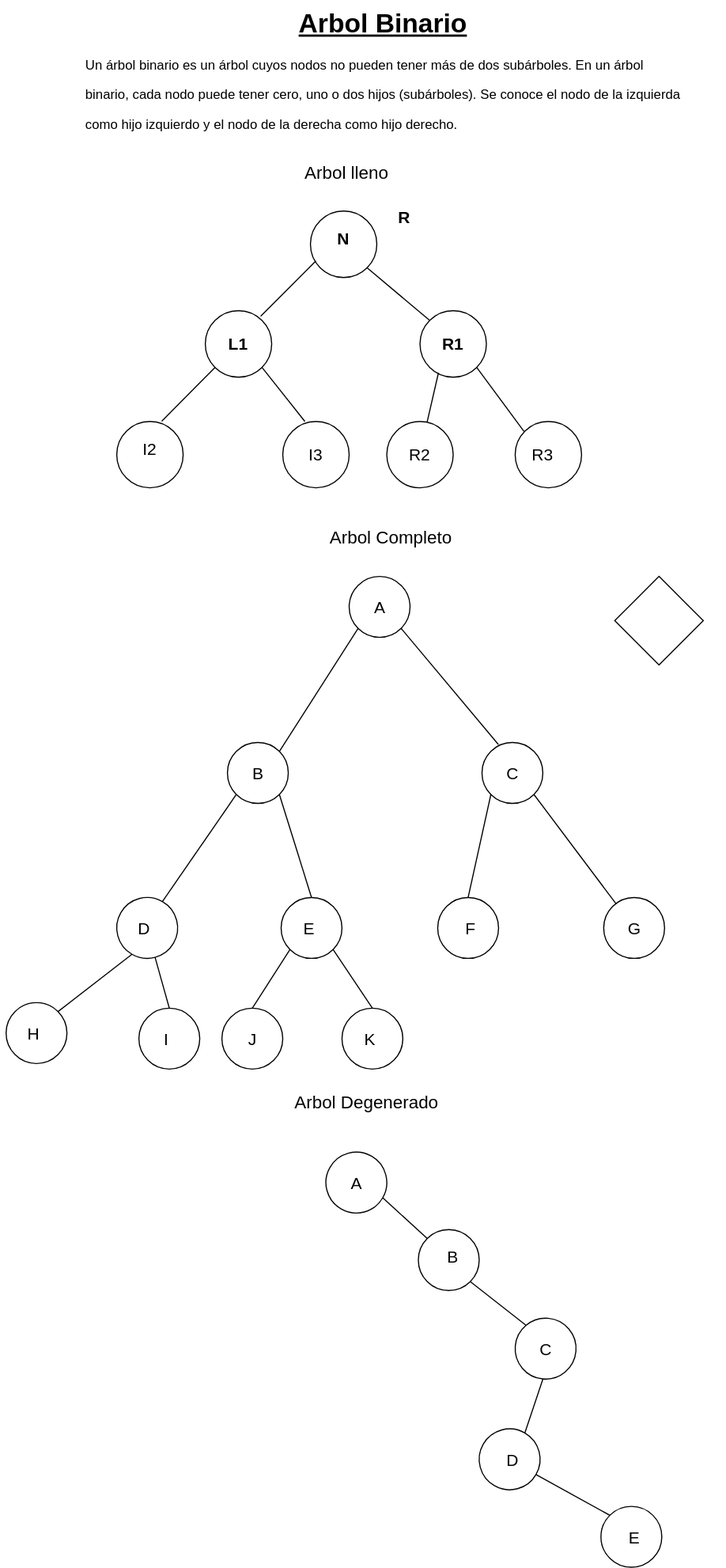
Nordcode-cyber/Algoritmos-Estructdatos keeps this draw.io diagram as Estructura-de-datos/Arboles/Arbol-binario.drawio.svg. Above is the earlier version. Source tidied: cells renumbered, new cells last; positions are measured from the earlier drawing's top-left corner, leaving out a move shared by most shapes.
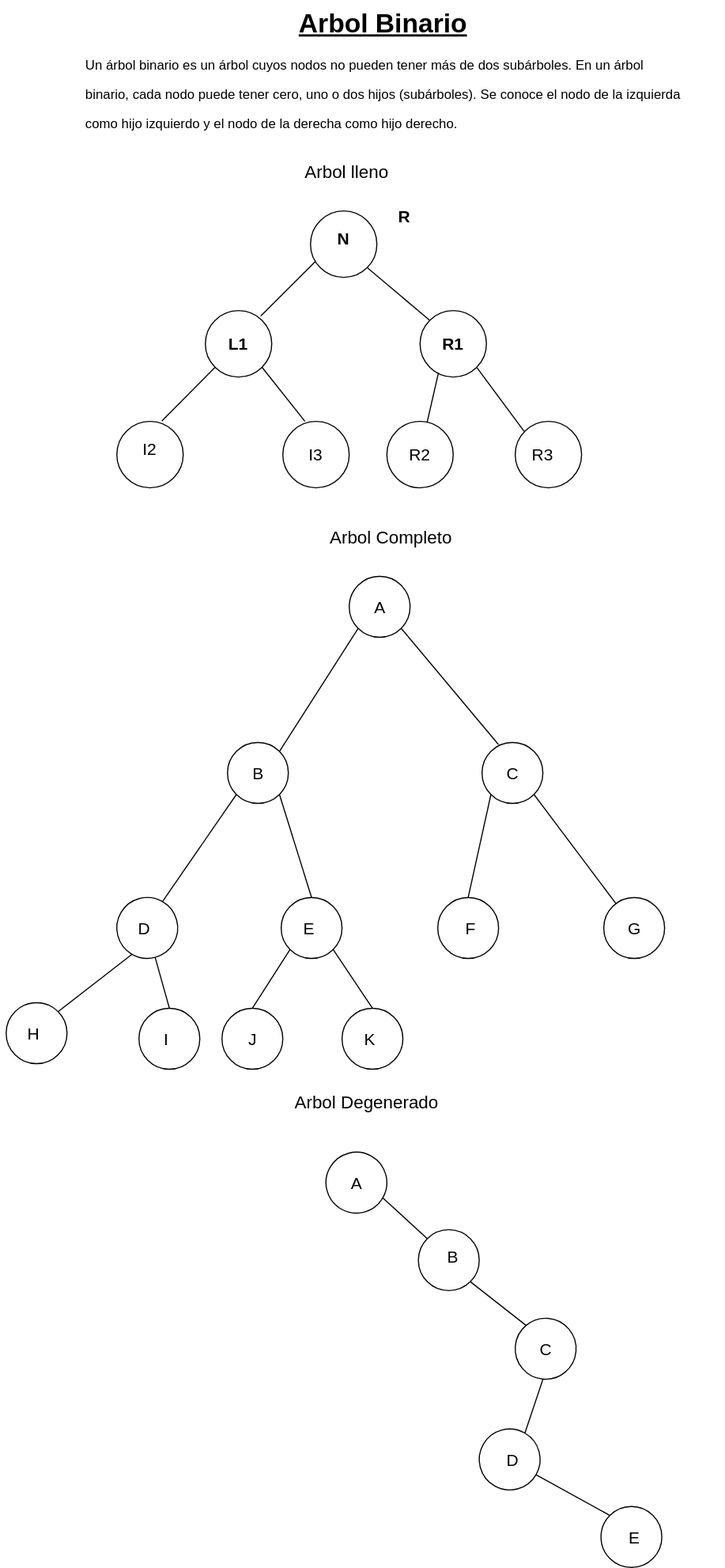
After the change.

The edit, as a diff of the source:
```diff
@@ -1,4 +1,4 @@
-<mxGraphModel>
+<mxGraphModel background="light-dark(#FFFFFF,#121212)">
   <root>
     <mxCell id="0" />
     <mxCell id="1" parent="0" />
@@ -222,8 +222,5 @@
     <mxCell id="72" value="&lt;font style=&quot;font-size: 15px;&quot;&gt;&lt;b&gt;N&lt;/b&gt;&lt;/font&gt;" style="text;html=1;align=center;verticalAlign=middle;whiteSpace=wrap;rounded=0;" parent="1" vertex="1">
       <mxGeometry x="280" y="200" width="60" height="30" as="geometry" />
     </mxCell>
-    <mxCell id="73" style="rhombus;whiteSpace=wrap;html=1;shapeInside=1;fillColor=light-dark(#FFFFFF,#15121F);" parent="1" vertex="1">
-      <mxGeometry x="555" y="520" width="80" height="80" as="geometry" />
-    </mxCell>
   </root>
 </mxGraphModel>
```
